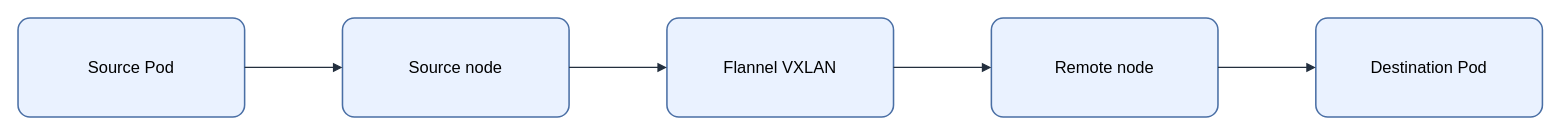
Earlier version of the draw.io diagram assets/img/kubernetes/flannel-vxlan-pod-flow.drawio (KKamJi98/kkamji98.github.io). Source tidied: cells renumbered, new cells numbered last; positions are measured from the earlier drawing's top-left corner, leaving out a move shared by most shapes. Both pictures are drawn from the tidied source at 103%, with x=0, y=0 at pixel (18, 18).
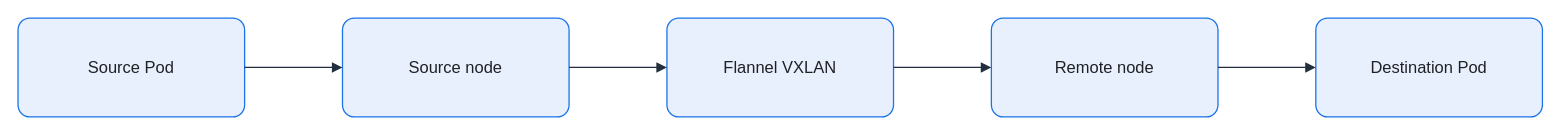
The same diagram, later.

The edit, as a diff of the source:
```diff
@@
 <mxGraphModel background="#FFFFFF">
   <root>
     <mxCell id="0" />
     <mxCell id="1" parent="0" />
-    <mxCell id="2" value="Source Pod" style="rounded=1;arcSize=12;whiteSpace=wrap;html=0;fillColor=#EAF2FF;strokeColor=#4A6FA5;strokeWidth=1.5;fontColor=#000000;fontSize=16;align=center;verticalAlign=middle;spacing=8;shadow=0;" parent="1" vertex="1">
+    <mxCell id="2" value="Source Pod" style="rounded=1;arcSize=12;whiteSpace=wrap;html=0;fillColor=#E8F0FE;strokeColor=#1A73E8;strokeWidth=1.25;fontColor=#202124;fontSize=16;align=center;verticalAlign=middle;spacing=8;shadow=0;" parent="1" vertex="1">
       <mxGeometry width="220" height="96" as="geometry" />
     </mxCell>
-    <mxCell id="3" value="Source node" style="rounded=1;arcSize=12;whiteSpace=wrap;html=0;fillColor=#EAF2FF;strokeColor=#4A6FA5;strokeWidth=1.5;fontColor=#000000;fontSize=16;align=center;verticalAlign=middle;spacing=8;shadow=0;" parent="1" vertex="1">
+    <mxCell id="3" value="Source node" style="rounded=1;arcSize=12;whiteSpace=wrap;html=0;fillColor=#E8F0FE;strokeColor=#1A73E8;strokeWidth=1.25;fontColor=#202124;fontSize=16;align=center;verticalAlign=middle;spacing=8;shadow=0;" parent="1" vertex="1">
       <mxGeometry x="315" width="220" height="96" as="geometry" />
     </mxCell>
-    <mxCell id="4" value="Flannel VXLAN" style="rounded=1;arcSize=12;whiteSpace=wrap;html=0;fillColor=#EAF2FF;strokeColor=#4A6FA5;strokeWidth=1.5;fontColor=#000000;fontSize=16;align=center;verticalAlign=middle;spacing=8;shadow=0;" parent="1" vertex="1">
+    <mxCell id="4" value="Flannel VXLAN" style="rounded=1;arcSize=12;whiteSpace=wrap;html=0;fillColor=#E8F0FE;strokeColor=#1A73E8;strokeWidth=1.25;fontColor=#202124;fontSize=16;align=center;verticalAlign=middle;spacing=8;shadow=0;" parent="1" vertex="1">
       <mxGeometry x="630" width="220" height="96" as="geometry" />
     </mxCell>
-    <mxCell id="5" value="Remote node" style="rounded=1;arcSize=12;whiteSpace=wrap;html=0;fillColor=#EAF2FF;strokeColor=#4A6FA5;strokeWidth=1.5;fontColor=#000000;fontSize=16;align=center;verticalAlign=middle;spacing=8;shadow=0;" parent="1" vertex="1">
+    <mxCell id="5" value="Remote node" style="rounded=1;arcSize=12;whiteSpace=wrap;html=0;fillColor=#E8F0FE;strokeColor=#1A73E8;strokeWidth=1.25;fontColor=#202124;fontSize=16;align=center;verticalAlign=middle;spacing=8;shadow=0;" parent="1" vertex="1">
       <mxGeometry x="945" width="220" height="96" as="geometry" />
     </mxCell>
-    <mxCell id="6" value="Destination Pod" style="rounded=1;arcSize=12;whiteSpace=wrap;html=0;fillColor=#EAF2FF;strokeColor=#4A6FA5;strokeWidth=1.5;fontColor=#000000;fontSize=16;align=center;verticalAlign=middle;spacing=8;shadow=0;" parent="1" vertex="1">
+    <mxCell id="6" value="Destination Pod" style="rounded=1;arcSize=12;whiteSpace=wrap;html=0;fillColor=#E8F0FE;strokeColor=#1A73E8;strokeWidth=1.25;fontColor=#202124;fontSize=16;align=center;verticalAlign=middle;spacing=8;shadow=0;" parent="1" vertex="1">
       <mxGeometry x="1260" width="220" height="96" as="geometry" />
     </mxCell>
-    <mxCell id="7" style="edgeStyle=orthogonalEdgeStyle;rounded=0;jettySize=auto;html=0;endArrow=block;endFill=1;strokeColor=#232F3E;strokeWidth=1.25;fontColor=#000000;labelBackgroundColor=none;exitX=1;exitY=0.5;exitDx=0;exitDy=0;entryX=0;entryY=0.5;entryDx=0;entryDy=0;" parent="1" edge="1" source="2" target="3">
+    <mxCell id="7" style="edgeStyle=orthogonalEdgeStyle;rounded=0;jettySize=auto;html=0;endArrow=block;endFill=1;strokeColor=#232F3E;strokeWidth=1.25;fontColor=#202124;labelBackgroundColor=none;exitX=1;exitY=0.5;exitDx=0;exitDy=0;entryX=0;entryY=0.5;entryDx=0;entryDy=0;endSize=7;" parent="1" edge="1" source="2" target="3">
       <mxGeometry relative="1" as="geometry" />
     </mxCell>
-    <mxCell id="8" style="edgeStyle=orthogonalEdgeStyle;rounded=0;jettySize=auto;html=0;endArrow=block;endFill=1;strokeColor=#232F3E;strokeWidth=1.25;fontColor=#000000;labelBackgroundColor=none;exitX=1;exitY=0.5;exitDx=0;exitDy=0;entryX=0;entryY=0.5;entryDx=0;entryDy=0;" parent="1" edge="1" source="3" target="4">
+    <mxCell id="8" style="edgeStyle=orthogonalEdgeStyle;rounded=0;jettySize=auto;html=0;endArrow=block;endFill=1;strokeColor=#232F3E;strokeWidth=1.25;fontColor=#202124;labelBackgroundColor=none;exitX=1;exitY=0.5;exitDx=0;exitDy=0;entryX=0;entryY=0.5;entryDx=0;entryDy=0;endSize=7;" parent="1" edge="1" source="3" target="4">
       <mxGeometry relative="1" as="geometry" />
     </mxCell>
-    <mxCell id="9" style="edgeStyle=orthogonalEdgeStyle;rounded=0;jettySize=auto;html=0;endArrow=block;endFill=1;strokeColor=#232F3E;strokeWidth=1.25;fontColor=#000000;labelBackgroundColor=none;exitX=1;exitY=0.5;exitDx=0;exitDy=0;entryX=0;entryY=0.5;entryDx=0;entryDy=0;" parent="1" edge="1" source="4" target="5">
+    <mxCell id="9" style="edgeStyle=orthogonalEdgeStyle;rounded=0;jettySize=auto;html=0;endArrow=block;endFill=1;strokeColor=#232F3E;strokeWidth=1.25;fontColor=#202124;labelBackgroundColor=none;exitX=1;exitY=0.5;exitDx=0;exitDy=0;entryX=0;entryY=0.5;entryDx=0;entryDy=0;endSize=7;" parent="1" edge="1" source="4" target="5">
       <mxGeometry relative="1" as="geometry" />
     </mxCell>
-    <mxCell id="10" style="edgeStyle=orthogonalEdgeStyle;rounded=0;jettySize=auto;html=0;endArrow=block;endFill=1;strokeColor=#232F3E;strokeWidth=1.25;fontColor=#000000;labelBackgroundColor=none;exitX=1;exitY=0.5;exitDx=0;exitDy=0;entryX=0;entryY=0.5;entryDx=0;entryDy=0;" parent="1" edge="1" source="5" target="6">
+    <mxCell id="10" style="edgeStyle=orthogonalEdgeStyle;rounded=0;jettySize=auto;html=0;endArrow=block;endFill=1;strokeColor=#232F3E;strokeWidth=1.25;fontColor=#202124;labelBackgroundColor=none;exitX=1;exitY=0.5;exitDx=0;exitDy=0;entryX=0;entryY=0.5;entryDx=0;entryDy=0;endSize=7;" parent="1" edge="1" source="5" target="6">
       <mxGeometry relative="1" as="geometry" />
     </mxCell>
   </root>
 </mxGraphModel>
```
